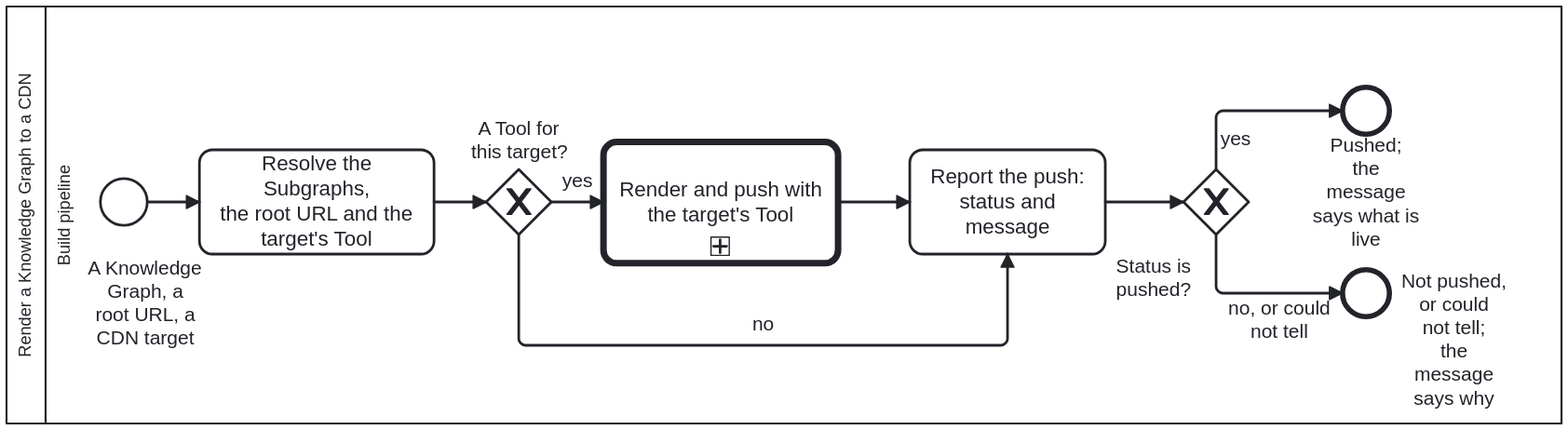
litlfred/cat-harness keeps this BPMN diagram as docs/assets/img/workflows/render-kg-to-cdn.svg. Above is the earlier version. Its source is kept beside it as processes/process/render-kg-to-cdn.bpmn. Ids are renumbered. The source it was exported from:
```xml
<bpmn:definitions xmlns:bpmn="http://www.omg.org/spec/BPMN/20100524/MODEL"
                  xmlns:bpmndi="http://www.omg.org/spec/BPMN/20100524/DI"
                  xmlns:dc="http://www.omg.org/spec/DD/20100524/DC"
                  xmlns:di="http://www.omg.org/spec/DD/20100524/DI"
                  xmlns:bootstrap.processes="https://litlfred.github.io/bootstrap/v0/processes/ns#"
                  xmlns:cat-harness.processes="https://litlfred.github.io/cat-harness/v0/processes/ns#"
                  id="Definitions_Process_RenderKgToCdn" targetNamespace="https://litlfred.github.io/folio-assistant/workflows"
                  exporter="folio-assistant" exporterVersion="1">
  <bpmn:import namespace="https://litlfred.github.io/bootstrap/v0/processes/ns#" location="https://litlfred.github.io/bootstrap/v0/processes/ns.jsonld" importType="http://www.w3.org/ns/json-ld"/>
  <bpmn:resource id="build-pipeline" name="Build pipeline"/>
  <bpmn:collaboration id="Collaboration_Process_RenderKgToCdn">
    <bpmn:participant id="Participant_Process_RenderKgToCdn" name="Render a Knowledge Graph to a CDN" processRef="Process_RenderKgToCdn"/>
  </bpmn:collaboration>
  <bpmn:process id="Process_RenderKgToCdn" name="Render a Knowledge Graph to a CDN" isExecutable="false">
    <bpmn:documentation>Render a Knowledge Graph — the whole of it, or a list of its Subgraphs — for publication to a CDN at a publication root URL, and report a STATUS and a MESSAGE. Owner, 2026-09-30: &quot;render content of a KG (or list of subgraphs within) for publication to a CDN at a given publication root URL … independent of staging vs publication … just rendering … output is status of push to CDN + message&quot;.

STAGING AND RELEASE ARE THE SAME PROCESS. A preview is this with a root under the release root; a release is this with the release root. What differs — who may start it, what is verified first, what else on the host must survive the push — belongs to the CALLER: `feature-staging` and `docs-site-publish` call this and keep their own steps around the call.

TOOL-AGNOSTIC ON PURPOSE. Owner, 2026-09-30: &quot;tools can describe their own specific subprocesses if needed to not bog down general skills&quot;. The one call activity names the skill; the Tool for the chosen target satisfies it and lists its own `subprocesses`, which is what the call descends into. For GitHub Pages that is the `gh-pages` Tool and bootstrap-tools' render-kg-to-github-pages. No step here is GitHub's.</bpmn:documentation>
    <bpmn:extensionElements>
      <!-- STRICT: the report is the output. A push nobody reported on cannot
           be told from no push, and a caller deciding what to do next needs
           the status on every path, including the one with no Tool. -->
      <cat-harness.processes:policy enforcement="strict"/>
    </bpmn:extensionElements>
    <bpmn:laneSet id="LaneSet_Process_RenderKgToCdn">
      <bpmn:lane id="Lane_Ci" name="Build pipeline" partitionElementRef="build-pipeline">
        <bpmn:documentation>Whoever renders: a workflow running the Tool's commands, or an agent running the same ones. A fixed program either way — the judgement about whether to publish was made by the caller before it got here.</bpmn:documentation>
        <bpmn:flowNodeRef>Start_Render</bpmn:flowNodeRef>
        <bpmn:flowNodeRef>Task_Resolve</bpmn:flowNodeRef>
        <bpmn:flowNodeRef>GW_Tool</bpmn:flowNodeRef>
        <bpmn:flowNodeRef>Call_ToolSubprocess</bpmn:flowNodeRef>
        <bpmn:flowNodeRef>Task_Report</bpmn:flowNodeRef>
        <bpmn:flowNodeRef>GW_Pushed</bpmn:flowNodeRef>
        <bpmn:flowNodeRef>End_Pushed</bpmn:flowNodeRef>
        <bpmn:flowNodeRef>End_NotPushed</bpmn:flowNodeRef>
      </bpmn:lane>
    </bpmn:laneSet>
    <bpmn:startEvent id="Start_Render" name="A Knowledge Graph, a&#10;root URL, a CDN target">
      <bpmn:outgoing>Flow_1</bpmn:outgoing>
    </bpmn:startEvent>
    <bpmn:task id="Task_Resolve" name="Resolve the Subgraphs,&#10;the root URL and the&#10;target's Tool">
      <bpmn:documentation>Every Subgraph id asked for must be one the declaration lists; none means the whole graph. The root URL is the one given. The target's Tool is the one that `satisfies: [&quot;render-kg-to-cdn&quot;]` for that CDN — `gh-pages` for GitHub Pages. A caller that already rendered and verified its tree hands the tree over instead of the graph, and the Tool pushes it without rendering again.</bpmn:documentation>
      <bpmn:extensionElements><bootstrap.processes:skill ref="render-kg-to-cdn"/></bpmn:extensionElements>
      <bpmn:incoming>Flow_1</bpmn:incoming>
      <bpmn:outgoing>Flow_2</bpmn:outgoing>
    </bpmn:task>
    <bpmn:exclusiveGateway id="GW_Tool" name="A Tool for&#10;this target?">
      <bpmn:documentation>Answered by the Tool registry: does any Tool satisfy `render-kg-to-cdn` for the named CDN? `no` reports not-pushed and names the missing Tool, rather than guessing a mechanism.</bpmn:documentation>
      <bpmn:incoming>Flow_2</bpmn:incoming>
      <bpmn:outgoing>Flow_3</bpmn:outgoing>
      <bpmn:outgoing>Flow_4</bpmn:outgoing>
    </bpmn:exclusiveGateway>
    <bpmn:callActivity id="Call_ToolSubprocess" name="Render and push with&#10;the target's Tool">
      <bpmn:documentation>BOUND BY THE TOOL, so no `calledElement` is written here: the activity names the skill, the Tool satisfies it, and the Tool's `subprocesses` are what this descends into — for `gh-pages`, bootstrap-tools' render-kg-to-github-pages (make sure gh-pages exists and Pages serves it, stage, check the staging, commit onto gh-pages, check what is served). A diagram that named it would make every other CDN a second copy of this process. Whatever the Tool, it returns the two outputs below.</bpmn:documentation>
      <bpmn:extensionElements><bootstrap.processes:skill ref="render-kg-to-cdn"/></bpmn:extensionElements>
      <bpmn:incoming>Flow_3</bpmn:incoming>
      <bpmn:outgoing>Flow_5</bpmn:outgoing>
    </bpmn:callActivity>
    <bpmn:task id="Task_Report" name="Report the push:&#10;status and message">
      <bpmn:documentation>The output, on every path: `pushed`, `not-pushed` or `could-not-determine`, and one message — what is live (a commit), at which root URL, and the QA result. From the no-Tool branch the status is `not-pushed` and the message names the target nobody implements. A check that could not look is never reported as pushed.</bpmn:documentation>
      <bpmn:extensionElements><bootstrap.processes:skill ref="render-kg-to-cdn"/></bpmn:extensionElements>
      <bpmn:incoming>Flow_4</bpmn:incoming>
      <bpmn:incoming>Flow_5</bpmn:incoming>
      <bpmn:outgoing>Flow_6</bpmn:outgoing>
    </bpmn:task>
    <bpmn:exclusiveGateway id="GW_Pushed" name="Status is&#10;pushed?">
      <bpmn:documentation>Read off the status just reported. Anything but `pushed` ends at End_NotPushed, and the caller decides what that means for it — an alert, a retry, a person.</bpmn:documentation>
      <bpmn:incoming>Flow_6</bpmn:incoming>
      <bpmn:outgoing>Flow_7</bpmn:outgoing>
      <bpmn:outgoing>Flow_8</bpmn:outgoing>
    </bpmn:exclusiveGateway>
    <bpmn:endEvent id="End_Pushed" name="Pushed; the message&#10;says what is live">
      <bpmn:incoming>Flow_7</bpmn:incoming>
    </bpmn:endEvent>
    <bpmn:endEvent id="End_NotPushed" name="Not pushed, or could&#10;not tell; the message&#10;says why">
      <bpmn:incoming>Flow_8</bpmn:incoming>
    </bpmn:endEvent>
    <bpmn:sequenceFlow id="Flow_1" sourceRef="Start_Render" targetRef="Task_Resolve"/>
    <bpmn:sequenceFlow id="Flow_2" sourceRef="Task_Resolve" targetRef="GW_Tool"/>
    <bpmn:sequenceFlow id="Flow_3" sourceRef="GW_Tool" targetRef="Call_ToolSubprocess" name="yes"/>
    <bpmn:sequenceFlow id="Flow_4" sourceRef="GW_Tool" targetRef="Task_Report" name="no"/>
    <bpmn:sequenceFlow id="Flow_5" sourceRef="Call_ToolSubprocess" targetRef="Task_Report"/>
    <bpmn:sequenceFlow id="Flow_6" sourceRef="Task_Report" targetRef="GW_Pushed"/>
    <bpmn:sequenceFlow id="Flow_7" sourceRef="GW_Pushed" targetRef="End_Pushed" name="yes"/>
    <bpmn:sequenceFlow id="Flow_8" sourceRef="GW_Pushed" targetRef="End_NotPushed" name="no, or could not tell"/>
  </bpmn:process>
  <bpmndi:BPMNDiagram id="Diagram_Process_RenderKgToCdn">
    <bpmndi:BPMNPlane id="Plane_Process_RenderKgToCdn" bpmnElement="Collaboration_Process_RenderKgToCdn">
      <bpmndi:BPMNShape id="Shape_Participant_Process_RenderKgToCdn" bpmnElement="Participant_Process_RenderKgToCdn" isHorizontal="true">
        <dc:Bounds x="140" y="80" width="1193" height="320" />
      </bpmndi:BPMNShape>
      <bpmndi:BPMNShape id="Shape_Lane_Ci" bpmnElement="Lane_Ci" isHorizontal="true">
        <dc:Bounds x="170" y="80" width="1163" height="320" />
      </bpmndi:BPMNShape>
      <bpmndi:BPMNShape id="Shape_Start_Render" bpmnElement="Start_Render">
        <dc:Bounds x="212" y="212" width="36" height="36" />
        <bpmndi:BPMNLabel><dc:Bounds x="201.09" y="271.5" width="90" height="72" /></bpmndi:BPMNLabel>
      </bpmndi:BPMNShape>
      <bpmndi:BPMNShape id="Shape_Task_Resolve" bpmnElement="Task_Resolve">
        <dc:Bounds x="288" y="190" width="180" height="80" />
      </bpmndi:BPMNShape>
      <bpmndi:BPMNShape id="Shape_GW_Tool" bpmnElement="GW_Tool" isMarkerVisible="true">
        <dc:Bounds x="508" y="205" width="50" height="50" />

      <bpmndi:BPMNLabel><dc:Bounds x="488" y="165" width="90" height="36" /></bpmndi:BPMNLabel></bpmndi:BPMNShape>
      <bpmndi:BPMNShape id="Shape_Call_ToolSubprocess" bpmnElement="Call_ToolSubprocess">
        <dc:Bounds x="598" y="183.5" width="180" height="93" />
      </bpmndi:BPMNShape>
      <bpmndi:BPMNShape id="Shape_Task_Report" bpmnElement="Task_Report">
        <dc:Bounds x="833" y="190" width="150" height="80" />
      </bpmndi:BPMNShape>
      <bpmndi:BPMNShape id="Shape_GW_Pushed" bpmnElement="GW_Pushed" isMarkerVisible="true">
        <dc:Bounds x="1043" y="205" width="50" height="50" />
        <bpmndi:BPMNLabel><dc:Bounds x="975" y="270.5" width="90" height="36" /></bpmndi:BPMNLabel>
      </bpmndi:BPMNShape>
      <bpmndi:BPMNShape id="Shape_End_Pushed" bpmnElement="End_Pushed">
        <dc:Bounds x="1165" y="142" width="36" height="36" />
      </bpmndi:BPMNShape>
      <bpmndi:BPMNShape id="Shape_End_NotPushed" bpmnElement="End_NotPushed">
        <dc:Bounds x="1165" y="282" width="36" height="36" />

      <bpmndi:BPMNLabel><dc:Bounds x="1205" y="282" width="90" height="108" /></bpmndi:BPMNLabel></bpmndi:BPMNShape>
      <bpmndi:BPMNEdge id="Edge_Flow_1" bpmnElement="Flow_1">
        <di:waypoint x="248" y="230" />
        <di:waypoint x="288" y="230" />
      </bpmndi:BPMNEdge>
      <bpmndi:BPMNEdge id="Edge_Flow_2" bpmnElement="Flow_2">
        <di:waypoint x="468" y="230" />
        <di:waypoint x="508" y="230" />
      </bpmndi:BPMNEdge>
      <bpmndi:BPMNEdge id="Edge_Flow_3" bpmnElement="Flow_3">
        <di:waypoint x="558" y="230" />
        <di:waypoint x="598" y="230" />
      </bpmndi:BPMNEdge>
      <bpmndi:BPMNEdge id="Edge_Flow_4" bpmnElement="Flow_4">
        <di:waypoint x="533" y="255" />
        <di:waypoint x="533" y="340" />
        <di:waypoint x="908" y="340" />
        <di:waypoint x="908" y="270" />
      </bpmndi:BPMNEdge>
      <bpmndi:BPMNEdge id="Edge_Flow_5" bpmnElement="Flow_5">
        <di:waypoint x="778" y="230" />
        <di:waypoint x="833" y="230" />
      </bpmndi:BPMNEdge>
      <bpmndi:BPMNEdge id="Edge_Flow_6" bpmnElement="Flow_6">
        <di:waypoint x="983" y="230" />
        <di:waypoint x="1043" y="230" />
      </bpmndi:BPMNEdge>
      <bpmndi:BPMNEdge id="Edge_Flow_7" bpmnElement="Flow_7">
        <di:waypoint x="1068" y="205" />
        <di:waypoint x="1068" y="160" />
        <di:waypoint x="1165" y="160" />
      </bpmndi:BPMNEdge>
      <bpmndi:BPMNEdge id="Edge_Flow_8" bpmnElement="Flow_8">
        <di:waypoint x="1068" y="255" />
        <di:waypoint x="1068" y="300" />
        <di:waypoint x="1165" y="300" />
        <bpmndi:BPMNLabel><dc:Bounds x="1071.5" y="303" width="90" height="35" /></bpmndi:BPMNLabel>
      </bpmndi:BPMNEdge>
    </bpmndi:BPMNPlane>
  </bpmndi:BPMNDiagram>
</bpmn:definitions>
```
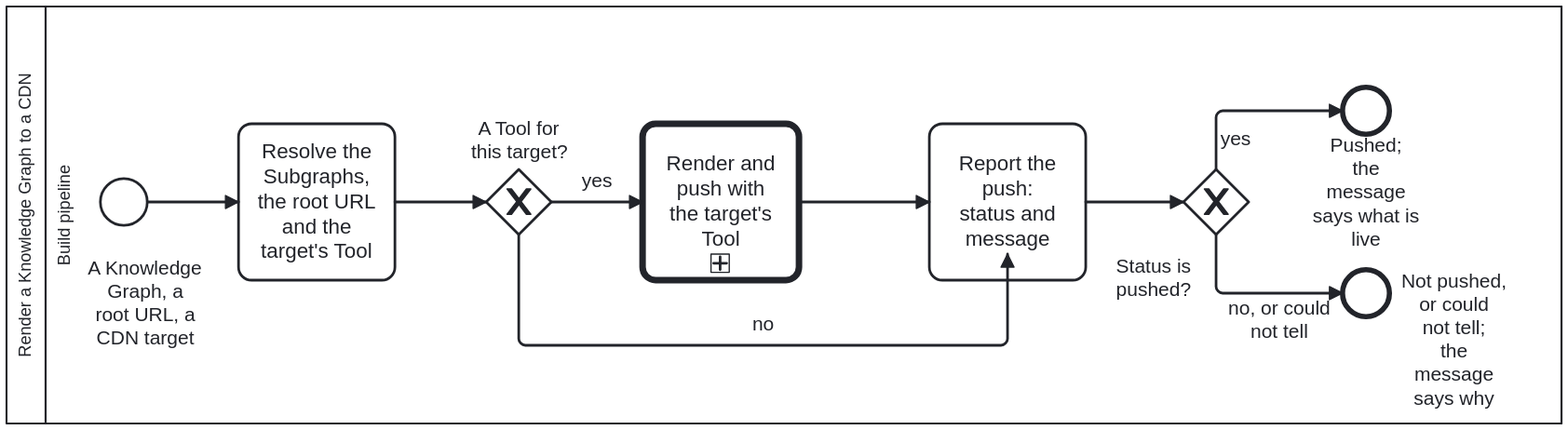
The same file after the commit.

Change to the diagram source:
```diff
@@ -95,25 +95,25 @@
       </bpmndi:BPMNShape>
       <bpmndi:BPMNShape id="Shape_Start_Render" bpmnElement="Start_Render">
         <dc:Bounds x="212" y="212" width="36" height="36" />
-        <bpmndi:BPMNLabel><dc:Bounds x="201.09" y="271.5" width="90" height="72" /></bpmndi:BPMNLabel>
-      </bpmndi:BPMNShape>
+
+      <bpmndi:BPMNLabel><dc:Bounds x="201.09" y="271.5" width="90" height="72" /></bpmndi:BPMNLabel></bpmndi:BPMNShape>
       <bpmndi:BPMNShape id="Shape_Task_Resolve" bpmnElement="Task_Resolve">
-        <dc:Bounds x="288" y="190" width="180" height="80" />
+        <dc:Bounds x="318" y="170" width="120" height="120" />
       </bpmndi:BPMNShape>
       <bpmndi:BPMNShape id="Shape_GW_Tool" bpmnElement="GW_Tool" isMarkerVisible="true">
         <dc:Bounds x="508" y="205" width="50" height="50" />
 
       <bpmndi:BPMNLabel><dc:Bounds x="488" y="165" width="90" height="36" /></bpmndi:BPMNLabel></bpmndi:BPMNShape>
       <bpmndi:BPMNShape id="Shape_Call_ToolSubprocess" bpmnElement="Call_ToolSubprocess">
-        <dc:Bounds x="598" y="183.5" width="180" height="93" />
+        <dc:Bounds x="628" y="170" width="120" height="120" />
       </bpmndi:BPMNShape>
       <bpmndi:BPMNShape id="Shape_Task_Report" bpmnElement="Task_Report">
-        <dc:Bounds x="833" y="190" width="150" height="80" />
+        <dc:Bounds x="848" y="170" width="120" height="120" />
       </bpmndi:BPMNShape>
       <bpmndi:BPMNShape id="Shape_GW_Pushed" bpmnElement="GW_Pushed" isMarkerVisible="true">
         <dc:Bounds x="1043" y="205" width="50" height="50" />
-        <bpmndi:BPMNLabel><dc:Bounds x="975" y="270.5" width="90" height="36" /></bpmndi:BPMNLabel>
-      </bpmndi:BPMNShape>
+
+      <bpmndi:BPMNLabel><dc:Bounds x="975" y="270.5" width="90" height="36" /></bpmndi:BPMNLabel></bpmndi:BPMNShape>
       <bpmndi:BPMNShape id="Shape_End_Pushed" bpmnElement="End_Pushed">
         <dc:Bounds x="1165" y="142" width="36" height="36" />
       </bpmndi:BPMNShape>
@@ -123,15 +123,15 @@
       <bpmndi:BPMNLabel><dc:Bounds x="1205" y="282" width="90" height="108" /></bpmndi:BPMNLabel></bpmndi:BPMNShape>
       <bpmndi:BPMNEdge id="Edge_Flow_1" bpmnElement="Flow_1">
         <di:waypoint x="248" y="230" />
-        <di:waypoint x="288" y="230" />
+        <di:waypoint x="318" y="230" />
       </bpmndi:BPMNEdge>
       <bpmndi:BPMNEdge id="Edge_Flow_2" bpmnElement="Flow_2">
-        <di:waypoint x="468" y="230" />
+        <di:waypoint x="438" y="230" />
         <di:waypoint x="508" y="230" />
       </bpmndi:BPMNEdge>
       <bpmndi:BPMNEdge id="Edge_Flow_3" bpmnElement="Flow_3">
         <di:waypoint x="558" y="230" />
-        <di:waypoint x="598" y="230" />
+        <di:waypoint x="628" y="230" />
       </bpmndi:BPMNEdge>
       <bpmndi:BPMNEdge id="Edge_Flow_4" bpmnElement="Flow_4">
         <di:waypoint x="533" y="255" />
@@ -140,11 +140,11 @@
         <di:waypoint x="908" y="270" />
       </bpmndi:BPMNEdge>
       <bpmndi:BPMNEdge id="Edge_Flow_5" bpmnElement="Flow_5">
-        <di:waypoint x="778" y="230" />
-        <di:waypoint x="833" y="230" />
+        <di:waypoint x="748" y="230" />
+        <di:waypoint x="848" y="230" />
       </bpmndi:BPMNEdge>
       <bpmndi:BPMNEdge id="Edge_Flow_6" bpmnElement="Flow_6">
-        <di:waypoint x="983" y="230" />
+        <di:waypoint x="968" y="230" />
         <di:waypoint x="1043" y="230" />
       </bpmndi:BPMNEdge>
       <bpmndi:BPMNEdge id="Edge_Flow_7" bpmnElement="Flow_7">
```
